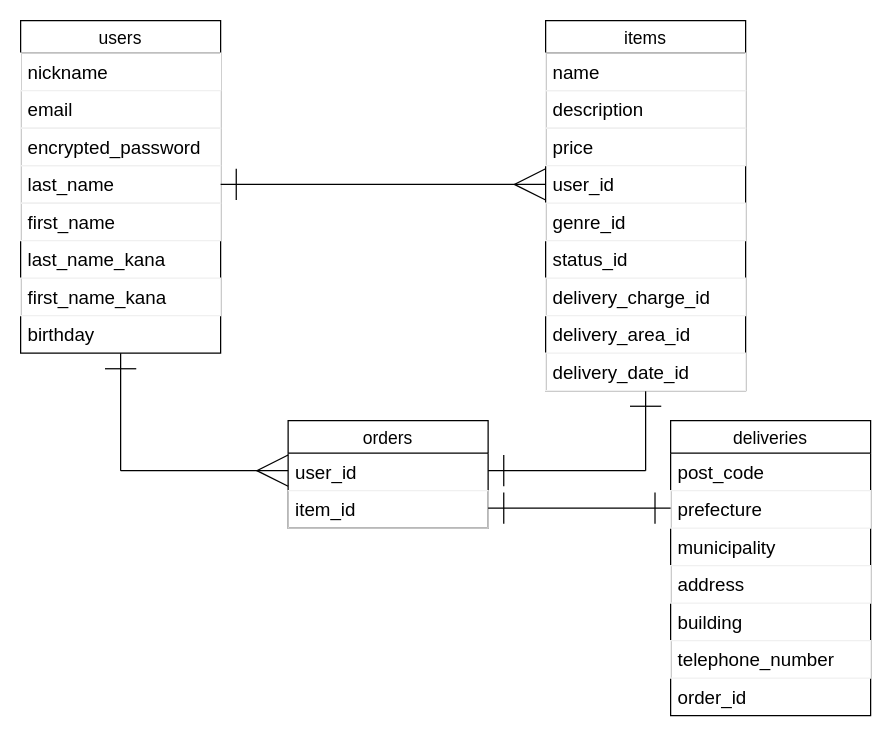
Above: furima.dio in jum113/furima-37254 (draw.io), before the change. Source tidied: cells renumbered, new cells numbered last; positions are measured from the earlier drawing's top-left corner, leaving out a move shared by most shapes. Both pictures are drawn from the tidied source at 125%, with x=0, y=0 at pixel (20, 20).
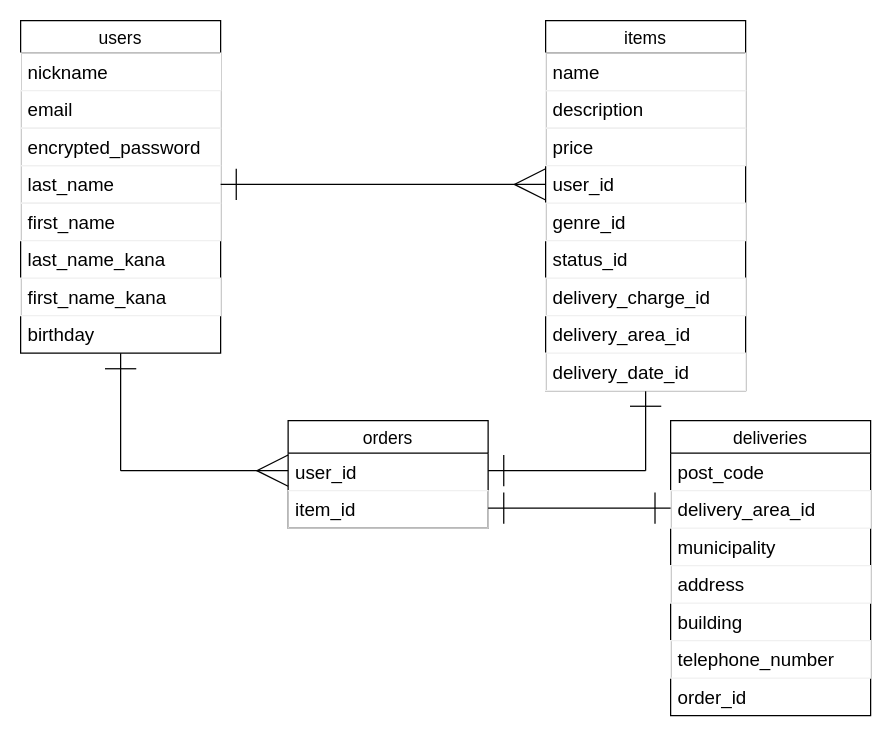
Above is the later version.

Commit message (it also covers changes not shown here):
テーブル設計のレビュー修正２

The change refers to these unchanged cells:
```xml
<mxCell id="26" value="deliveries" style="swimlane;fontStyle=0;horizontal=1;startSize=26;align=center;fontSize=14;" parent="1" vertex="1">
  <mxGeometry x="520" y="320" width="160" height="236" as="geometry" />
</mxCell>
```

Change to the diagram source:
```diff
@@
-    <mxCell id="28" value="prefecture" style="text;fillColor=none;spacingLeft=4;spacingRight=4;overflow=hidden;fontSize=15;strokeColor=#f0f0f0;" parent="26" vertex="1">
+    <mxCell id="28" value="delivery_area_id" style="text;fillColor=none;spacingLeft=4;spacingRight=4;overflow=hidden;fontSize=15;strokeColor=#f0f0f0;" parent="26" vertex="1">
       <mxGeometry y="56" width="160" height="30" as="geometry" />
     </mxCell>
```
